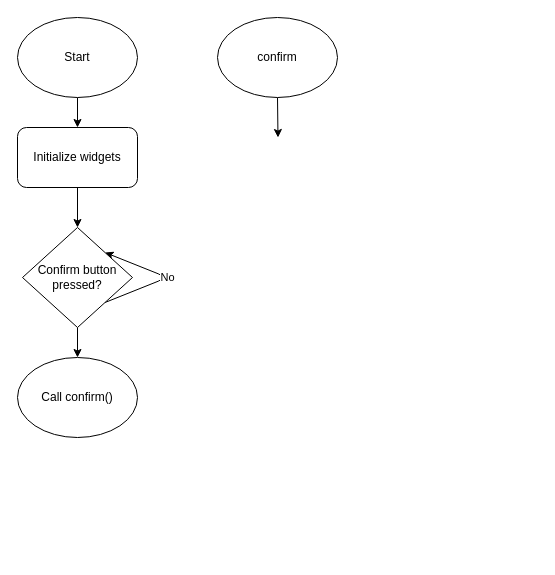
MAL-12DGT-2025/tkinter-projects-oa22010 keeps this draw.io diagram as bible_flowchart.drawio. Above is the earlier version. Source tidied: cells renumbered, new cells numbered last; positions are measured from the earlier drawing's top-left corner, leaving out a move shared by most shapes. Both pictures are drawn from the tidied source at 100%, with x=0, y=0 at pixel (17, 17).
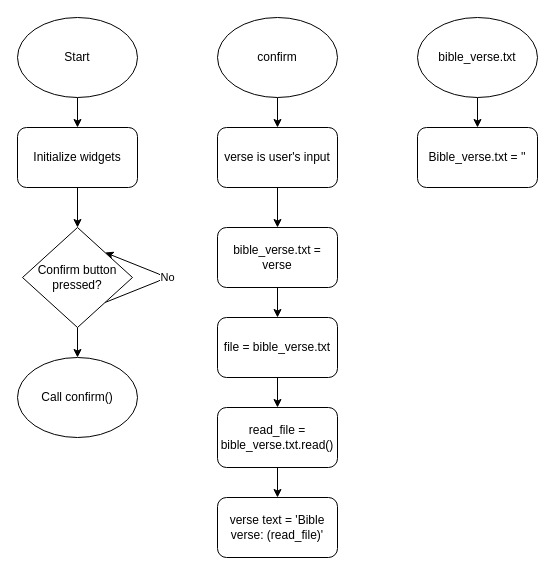
Above is the later version.

Commit message (it also covers changes not shown here):
Finished first draft of bible flowchart

The change refers to these unchanged cells:
```xml
<mxCell id="11" value="confirm" style="ellipse;whiteSpace=wrap;html=1;" parent="1" vertex="1">
  <mxGeometry x="200" width="120" height="80" as="geometry" />
</mxCell>
```

Diff of the diagram source:
```diff
@@
-    <mxCell id="10" style="edgeStyle=none;html=1;exitX=0.5;exitY=1;exitDx=0;exitDy=0;" parent="1" edge="1" source="11">
-      <mxGeometry relative="1" as="geometry">
-        <mxPoint x="260.5" y="120" as="targetPoint" />
-      </mxGeometry>
+    <mxCell id="10" style="edgeStyle=none;html=1;exitX=0.5;exitY=1;exitDx=0;exitDy=0;" parent="1" edge="1" source="11" target="12">
+      <mxGeometry relative="1" as="geometry" />
     </mxCell>
@@
+    <mxCell id="12" value="verse is user's input" style="rounded=1;whiteSpace=wrap;html=1;" parent="1" vertex="1">
+      <mxGeometry x="200" y="110" width="120" height="60" as="geometry" />
+    </mxCell>
+    <mxCell id="13" style="edgeStyle=none;html=1;exitX=0.5;exitY=1;exitDx=0;exitDy=0;" parent="1" edge="1">
+      <mxGeometry relative="1" as="geometry">
+        <mxPoint x="260" y="170" as="sourcePoint" />
+        <mxPoint x="260" y="210" as="targetPoint" />
+      </mxGeometry>
+    </mxCell>
+    <mxCell id="14" value="file = bible_verse.txt" style="rounded=1;whiteSpace=wrap;html=1;" parent="1" vertex="1">
+      <mxGeometry x="200" y="300" width="120" height="60" as="geometry" />
+    </mxCell>
+    <mxCell id="15" style="edgeStyle=none;html=1;exitX=0.5;exitY=1;exitDx=0;exitDy=0;" parent="1" edge="1" source="16" target="17">
+      <mxGeometry relative="1" as="geometry" />
+    </mxCell>
+    <mxCell id="16" value="bible_verse.txt" style="ellipse;whiteSpace=wrap;html=1;" parent="1" vertex="1">
+      <mxGeometry x="400" width="120" height="80" as="geometry" />
+    </mxCell>
+    <mxCell id="17" value="Bible_verse.txt = ''" style="rounded=1;whiteSpace=wrap;html=1;" parent="1" vertex="1">
+      <mxGeometry x="400" y="110" width="120" height="60" as="geometry" />
+    </mxCell>
+    <mxCell id="18" style="edgeStyle=none;html=1;exitX=0.5;exitY=1;exitDx=0;exitDy=0;" parent="1" edge="1" target="19">
+      <mxGeometry relative="1" as="geometry">
+        <mxPoint x="260" y="360" as="sourcePoint" />
+      </mxGeometry>
+    </mxCell>
+    <mxCell id="19" value="&lt;span style=&quot;color: rgb(0, 0, 0);&quot;&gt;read_file = bible_verse.txt.read()&lt;/span&gt;" style="rounded=1;whiteSpace=wrap;html=1;" parent="1" vertex="1">
+      <mxGeometry x="200" y="390" width="120" height="60" as="geometry" />
+    </mxCell>
+    <mxCell id="20" style="edgeStyle=none;html=1;exitX=0.5;exitY=1;exitDx=0;exitDy=0;" parent="1" edge="1" target="21">
+      <mxGeometry relative="1" as="geometry">
+        <mxPoint x="260" y="450" as="sourcePoint" />
+      </mxGeometry>
+    </mxCell>
+    <mxCell id="21" value="&lt;span style=&quot;color: rgb(0, 0, 0);&quot;&gt;verse text = 'Bible verse: (read_file)'&lt;/span&gt;" style="rounded=1;whiteSpace=wrap;html=1;" parent="1" vertex="1">
+      <mxGeometry x="200" y="480" width="120" height="60" as="geometry" />
+    </mxCell>
+    <mxCell id="22" style="edgeStyle=none;html=1;exitX=0.5;exitY=1;exitDx=0;exitDy=0;entryX=0.5;entryY=0;entryDx=0;entryDy=0;" parent="1" edge="1" source="23" target="14">
+      <mxGeometry relative="1" as="geometry" />
+    </mxCell>
+    <mxCell id="23" value="&lt;span style=&quot;color: rgb(0, 0, 0);&quot;&gt;bible_verse.txt = verse&lt;/span&gt;" style="rounded=1;whiteSpace=wrap;html=1;" parent="1" vertex="1">
+      <mxGeometry x="200" y="210" width="120" height="60" as="geometry" />
+    </mxCell>
```
